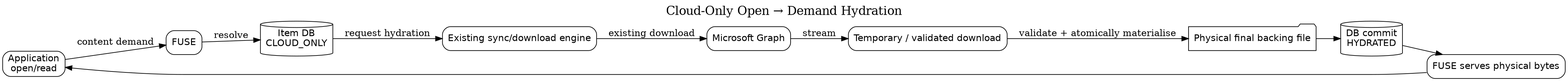
Before: adr/ADR-001 - FUSE overlay and local storage/images/adr-001-hydration-sequence.png, a diagram exported from PlantUML (abraunegg/onedrive). Its source is kept beside it as adr/ADR-001 - FUSE overlay and local storage/plantuml/adr-001-hydration-sequence.puml. Its diagram source:
```plantuml
@startuml
title Cloud-Only Open -> Demand Hydration
actor User
participant Application as App
participant FUSE as Fuse
database "Item DB" as DB
participant "Existing sync/download engine" as Engine
cloud "Microsoft Graph" as Graph
participant "Physical sync_dir" as Disk

User -> App : open/read file
App -> Fuse : content-requiring operation
Fuse -> DB : resolve item + stable hydration state
DB --> Fuse : exists; CLOUD_ONLY

Fuse -> Engine : request hydration(item identity)
note right of Engine
Transient "hydrating" coordination may be
in memory or persisted if crash recovery
requires it. It is not the stable hydrated state.
end note
Engine -> Graph : existing download request
Graph --> Engine : content stream
Engine -> Disk : existing safe temporary/download path
Engine -> Engine : validate completed content
Engine -> Disk : atomically materialise final backing file
Engine -> DB : commit HYDRATED
DB --> Engine : committed
Engine --> Fuse : hydration complete
Fuse -> Disk : open/read backing content
Disk --> Fuse : bytes
Fuse --> App : success
@enduml
```
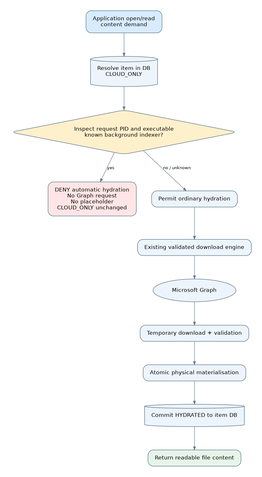
Later version of the same file.

Diff of the diagram source:
```diff
@@ -1,33 +1,38 @@
 @startuml
-title Cloud-Only Open -> Demand Hydration
+title Cloud-only content demand with background-process guard
 actor User
 participant Application as App
 participant FUSE as Fuse
 database "Item DB" as DB
+participant "Process identity guard" as Guard
 participant "Existing sync/download engine" as Engine
 cloud "Microsoft Graph" as Graph
 participant "Physical sync_dir" as Disk
 
 User -> App : open/read file
 App -> Fuse : content-requiring operation
-Fuse -> DB : resolve item + stable hydration state
-DB --> Fuse : exists; CLOUD_ONLY
-
-Fuse -> Engine : request hydration(item identity)
-note right of Engine
-Transient "hydrating" coordination may be
-in memory or persisted if crash recovery
-requires it. It is not the stable hydrated state.
-end note
-Engine -> Graph : existing download request
-Graph --> Engine : content stream
-Engine -> Disk : existing safe temporary/download path
-Engine -> Engine : validate completed content
-Engine -> Disk : atomically materialise final backing file
-Engine -> DB : commit HYDRATED
-DB --> Engine : committed
-Engine --> Fuse : hydration complete
-Fuse -> Disk : open/read backing content
-Disk --> Fuse : bytes
-Fuse --> App : success
+Fuse -> DB : resolve item + stable residency
+DB --> Fuse : CLOUD_ONLY
+Fuse -> Guard : inspect FUSE PID and executable identity
+alt recognised indexer / thumbnail worker
+  Guard --> Fuse : block automatic hydration
+  Fuse --> App : defined filesystem error
+  note over Fuse,DB
+  No Graph request; no placeholder;
+  stable state remains CLOUD_ONLY
+  end note
+else permitted or unknown process
+  Guard --> Fuse : allow hydration
+  Fuse -> Engine : request hydration(item identity)
+  Engine -> Graph : existing download request
+  Graph --> Engine : content stream
+  Engine -> Disk : safe temporary download
+  Engine -> Engine : validate completed content
+  Engine -> Disk : atomically materialise backing file
+  Engine -> DB : commit HYDRATED
+  Engine --> Fuse : hydration complete
+  Fuse -> Disk : read backing content
+  Disk --> Fuse : bytes
+  Fuse --> App : success
+end
 @enduml
```
